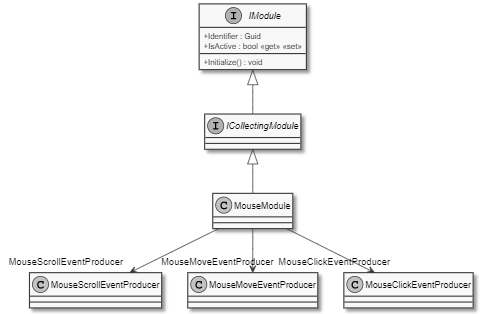
This is documents/sd/resources/Classes/Modules/Mouse/MouseModule.png from insightmind/MORR, a PlantUML export, as it was before one commit. Its source is kept beside it as documents/sd/plantuml/application/Modules/Mouse/MouseModule.puml.
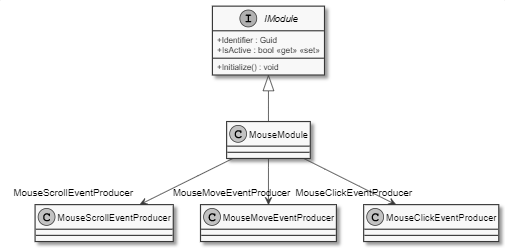
After the change.

Commit message:
Remove ICollectingModule from diagrams

What changed in the source:
```diff
@@ -5,15 +5,13 @@
 class MouseModule {
 }
 
-ICollectingModule <|-- MouseModule
-interface ICollectingModule
 interface IModule {
     + Identifier : Guid
     + IsActive : bool <<get>> <<set>>
     + Initialize() : void
 }
 
-IModule <|-- ICollectingModule
+IModule <|-- MouseModule
 MouseModule --> "  MouseScrollEventProducer" MouseScrollEventProducer
 MouseModule --> " MouseMoveEventProducer " MouseMoveEventProducer
 MouseModule --> "   MouseClickEventProducer" MouseClickEventProducer
```
